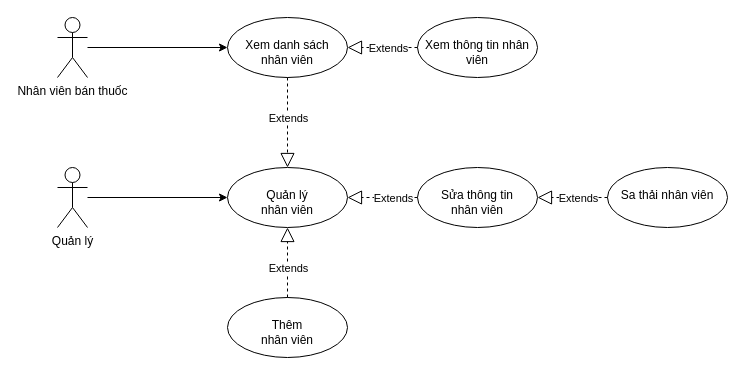
Before: diagram/staff.drawio in dungph/KMA_CTKH11, a draw.io diagram. Source tidied: cells renumbered, new cells numbered last; positions are measured from the earlier drawing's top-left corner, leaving out a move shared by most shapes. Both pictures are drawn from the tidied source at 100%, with x=0, y=0 at pixel (57, 17).
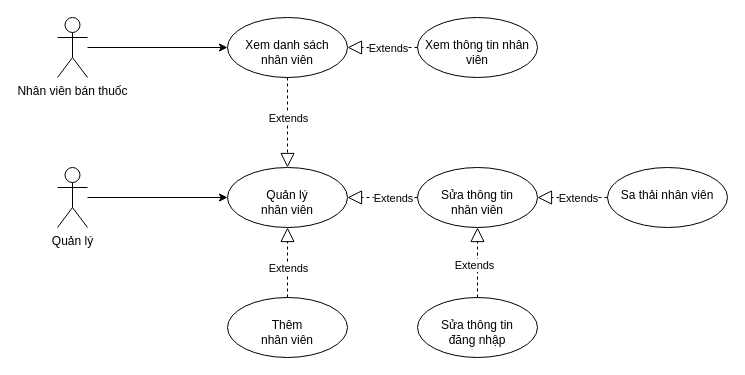
After the change.

The change refers to these unchanged cells:
```xml
<mxCell id="6" value="&lt;br&gt;Sửa thông tin&lt;br&gt;nhân viên" style="ellipse;whiteSpace=wrap;html=1;verticalAlign=top;" parent="1" vertex="1">
  <mxGeometry x="360" y="150" width="120" height="60" as="geometry" />
</mxCell>
```

The edit, as a diff of the source:
```diff
@@
+    <mxCell id="22" style="endArrow=block;dashed=1;endFill=0;endSize=12;html=1;rounded=0;fontSize=14;entryX=0.5;entryY=1;entryDx=0;entryDy=0;exitX=0.5;exitY=0;exitDx=0;exitDy=0;" parent="1" edge="1" source="23" target="6">
+      <mxGeometry relative="1" as="geometry" />
+    </mxCell>
+    <mxCell id="23" value="&lt;br&gt;Sửa thông tin&lt;br&gt;đăng nhập" style="ellipse;whiteSpace=wrap;html=1;verticalAlign=top;" parent="1" vertex="1">
+      <mxGeometry x="360" y="280" width="120" height="60" as="geometry" />
+    </mxCell>
+    <mxCell id="24" value="Extends" style="edgeLabel;html=1;align=center;verticalAlign=middle;" parent="1" vertex="1">
+      <mxGeometry x="330" y="250" as="geometry">
+        <mxPoint x="86" y="-3" as="offset" />
+      </mxGeometry>
+    </mxCell>
```
